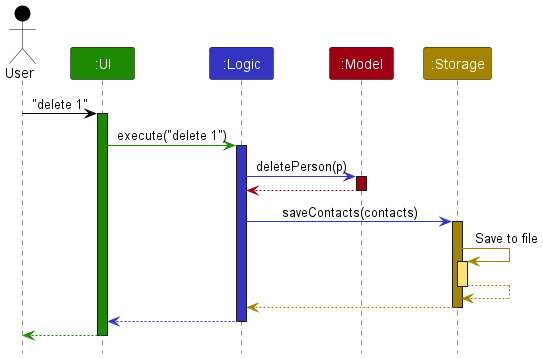
Above: docs/images/ArchitectureSequenceDiagram.png in nus-cs2103-AY2324S1/tp (PlantUML), before the change.
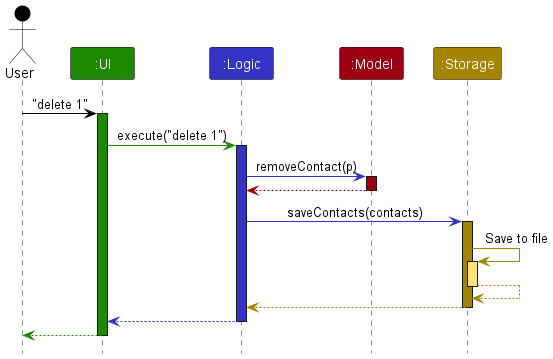
Later version of the same file.

Change to the diagram source:
```diff
@@ -14,7 +14,7 @@
 ui -[UI_COLOR]> logic : execute("delete 1")
 activate logic LOGIC_COLOR
 
-logic -[LOGIC_COLOR]> model : deletePerson(p)
+logic -[LOGIC_COLOR]> model : removeContact(p)
 activate model MODEL_COLOR
 
 model -[MODEL_COLOR]-> logic
```
